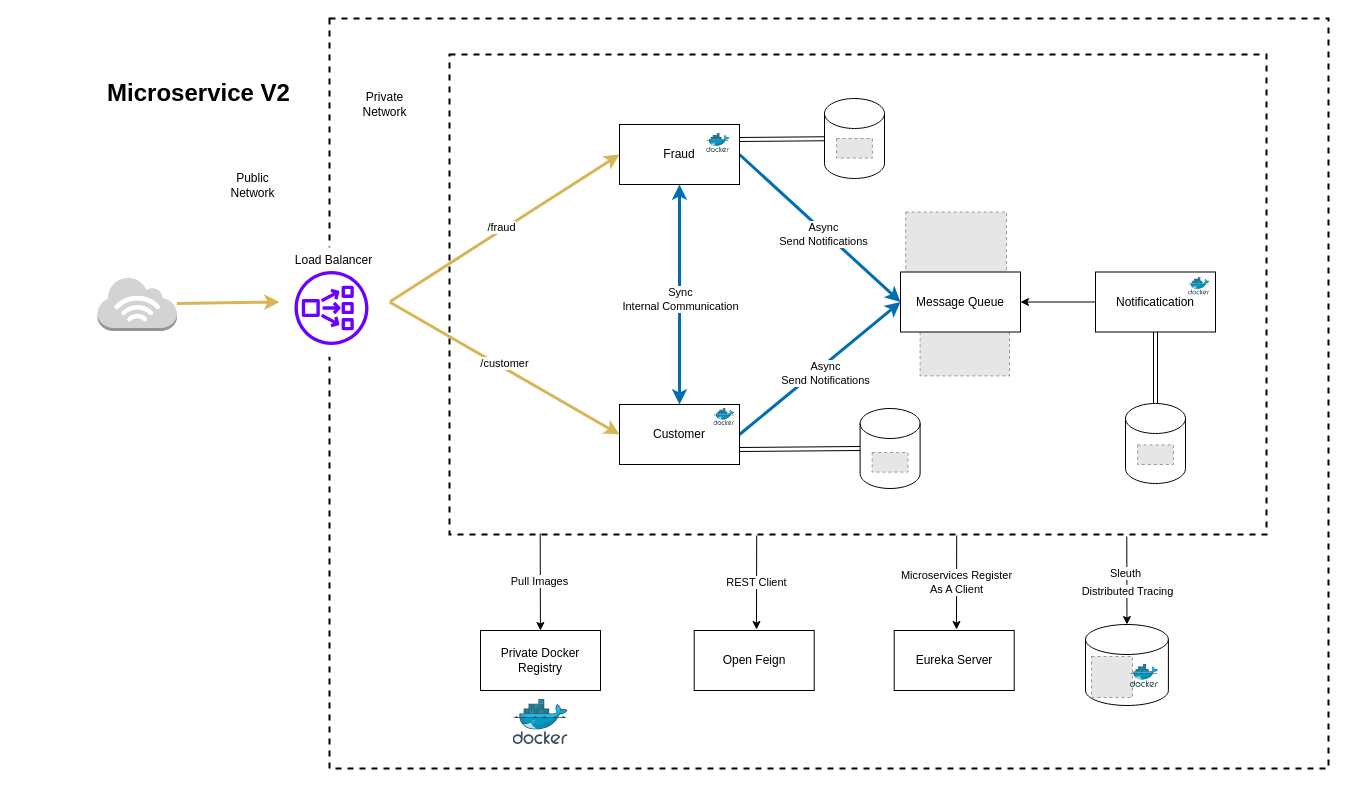
Before: page "Main" (1 of 9) of files/MicroserviceV2.drawio in ricardorqr/microserviceV2, a draw.io diagram. Source tidied: cells renumbered, new cells numbered last; positions are measured from the earlier drawing's top-left corner, leaving out a move shared by most shapes. Both pictures are drawn from the tidied source at 100%, with x=0, y=0 at pixel (97, 18). Pictures stored in the file or linked from it are replaced by grey dashed boxes.
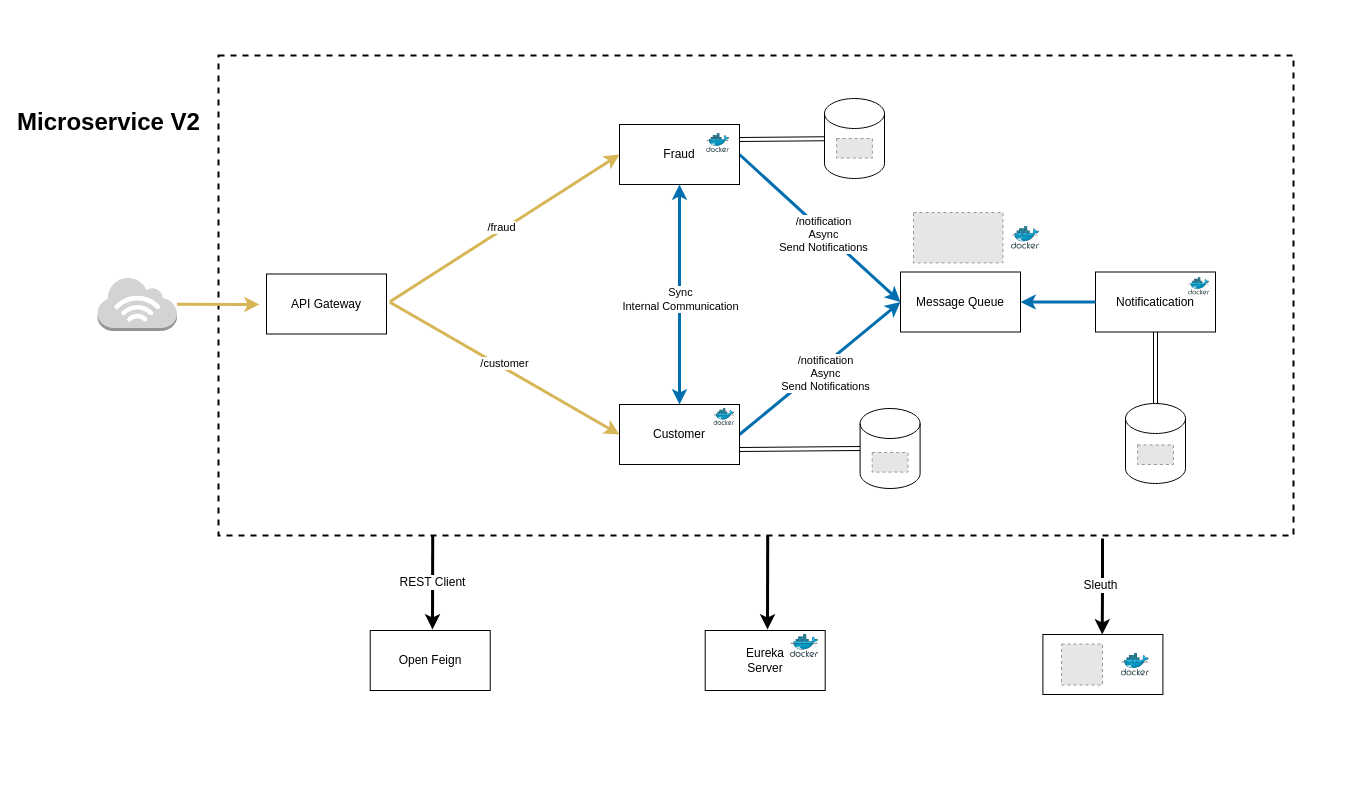
After the change.

The change refers to these unchanged cells:
```xml
<mxCell id="5" style="edgeStyle=none;html=1;exitX=1;exitY=0.5;exitDx=0;exitDy=0;entryX=0;entryY=0.5;entryDx=0;entryDy=0;strokeWidth=3;fillColor=#1ba1e2;strokeColor=#006EAF;" parent="1" edge="1" source="10" target="46">
  <mxGeometry relative="1" as="geometry" />
</mxCell>
<mxCell id="11" style="edgeStyle=none;html=1;exitX=1;exitY=0.5;exitDx=0;exitDy=0;entryX=0;entryY=0.5;entryDx=0;entryDy=0;fillColor=#1ba1e2;strokeColor=#006EAF;strokeWidth=3;" parent="1" edge="1" source="14" target="46">
  <mxGeometry relative="1" as="geometry" />
</mxCell>
<mxCell id="26" style="outlineConnect=0;dashed=0;verticalLabelPosition=bottom;verticalAlign=top;align=center;html=1;shape=mxgraph.aws3.internet_3;fillColor=#D2D3D3;gradientColor=none;strokeColor=#B266FF;strokeWidth=2;" parent="1" vertex="1">
  <mxGeometry y="258.5" width="79.5" height="54" as="geometry" />
</mxCell>
<mxCell id="27" style="ellipse;whiteSpace=wrap;html=1;strokeWidth=0;strokeColor=none;" parent="1" vertex="1">
  <mxGeometry x="182" y="228.5" width="110" height="110" as="geometry" />
</mxCell>
<mxCell id="40" value="Notificatication" style="rounded=0;whiteSpace=wrap;html=1;" parent="1" vertex="1">
  <mxGeometry x="998" y="253.5" width="120" height="60" as="geometry" />
</mxCell>
<mxCell id="46" value="Message Queue" style="rounded=0;whiteSpace=wrap;html=1;" parent="1" vertex="1">
  <mxGeometry x="803" y="253.5" width="120" height="60" as="geometry" />
</mxCell>
```

Diff of the diagram source:
```diff
@@
-    <mxCell id="2" style="rounded=0;whiteSpace=wrap;html=1;fontStyle=1;fillColor=none;strokeWidth=2;dashed=1;" parent="1" vertex="1">
-      <mxGeometry x="232" width="999" height="750" as="geometry" />
-    </mxCell>
+    <mxCell id="57" value="&lt;br&gt;" style="rounded=0;whiteSpace=wrap;html=1;" parent="1" vertex="1">
+      <mxGeometry x="945.4" y="616" width="120" height="60" as="geometry" />
+    </mxCell>
     <mxCell id="3" style="rounded=0;whiteSpace=wrap;html=1;fontStyle=1;fillColor=none;strokeWidth=2;dashed=1;" parent="1" vertex="1">
-      <mxGeometry x="352" y="36" width="817" height="480" as="geometry" />
+      <mxGeometry x="121" y="37" width="1075" height="480" as="geometry" />
     </mxCell>
@@
-    <mxCell id="6" value="Async&lt;br&gt;Send Notifications" style="edgeLabel;html=1;align=center;verticalAlign=middle;" parent="5" vertex="1">
+    <mxCell id="6" value="/notification&lt;br&gt;Async&lt;br&gt;Send Notifications" style="edgeLabel;html=1;align=center;verticalAlign=middle;" parent="5" vertex="1">
       <mxGeometry x="-0.17" y="-2" relative="1" as="geometry">
         <mxPoint x="17" y="-8" as="offset" />
       </mxGeometry>
     </mxCell>
@@
-    <mxCell id="12" value="Async &lt;br&gt;Send Notifications" style="edgeLabel;html=1;align=center;verticalAlign=middle;" parent="11" vertex="1">
+    <mxCell id="12" value="/notification&lt;br&gt;Async &lt;br&gt;Send Notifications" style="edgeLabel;html=1;align=center;verticalAlign=middle;" parent="11" vertex="1">
       <mxGeometry x="0.05" y="-2" relative="1" as="geometry" />
     </mxCell>
@@
-    <mxCell id="22" style="edgeStyle=none;html=1;exitX=0.5;exitY=0;exitDx=0;exitDy=0;entryX=0.829;entryY=1.004;entryDx=0;entryDy=0;entryPerimeter=0;startArrow=classic;startFill=1;strokeWidth=1;endArrow=none;endFill=0;exitPerimeter=0;" parent="1" edge="1" source="43" target="3">
-      <mxGeometry relative="1" as="geometry" />
+    <mxCell id="22" style="edgeStyle=none;html=1;exitX=0.5;exitY=0;exitDx=0;exitDy=0;startArrow=classic;startFill=1;strokeWidth=3;endArrow=none;endFill=0;" parent="1" edge="1">
+      <mxGeometry relative="1" as="geometry">
+        <mxPoint x="1004.7" y="616" as="sourcePoint" />
+        <mxPoint x="1005" y="520" as="targetPoint" />
+        <Array as="points">
+          <mxPoint x="1005" y="574" />
+        </Array>
+      </mxGeometry>
     </mxCell>
-    <mxCell id="23" value="Distributed Tracing" style="edgeLabel;html=1;align=center;verticalAlign=middle;" parent="22" vertex="1">
+    <mxCell id="23" value="&lt;br&gt;&lt;br&gt;&lt;br&gt;&lt;br&gt;&lt;br&gt;" style="edgeLabel;html=1;align=center;verticalAlign=middle;" parent="22" vertex="1">
       <mxGeometry x="0.02" relative="1" as="geometry">
         <mxPoint y="11" as="offset" />
       </mxGeometry>
     </mxCell>
-    <mxCell id="24" value="Sleuth" style="edgeLabel;html=1;align=center;verticalAlign=middle;fontSize=11;" parent="22" vertex="1">
+    <mxCell id="24" value="Sleuth" style="edgeLabel;html=1;align=center;verticalAlign=middle;fontSize=12;" parent="22" vertex="1">
       <mxGeometry x="-0.37" y="2" relative="1" as="geometry">
-        <mxPoint y="-24" as="offset" />
+        <mxPoint y="-19" as="offset" />
       </mxGeometry>
     </mxCell>
-    <mxCell id="25" style="edgeStyle=none;html=1;entryX=0;entryY=0.5;entryDx=0;entryDy=0;startArrow=none;startFill=0;endArrow=classic;endFill=1;strokeWidth=3;fillColor=#fff2cc;strokeColor=#d6b656;" parent="1" edge="1" source="26" target="27">
-      <mxGeometry relative="1" as="geometry" />
+    <mxCell id="25" style="edgeStyle=none;html=1;startArrow=none;startFill=0;endArrow=classic;endFill=1;strokeWidth=3;fillColor=#fff2cc;strokeColor=#d6b656;" parent="1" edge="1" source="26">
+      <mxGeometry relative="1" as="geometry">
+        <mxPoint x="162" y="286" as="targetPoint" />
+      </mxGeometry>
     </mxCell>
@@
-    <mxCell id="28" style="dashed=0;verticalLabelPosition=bottom;verticalAlign=top;align=center;html=1;fontSize=12;fontStyle=0;shape=mxgraph.aws4.network_load_balancer;fillColor=#6a00ff;strokeColor=#3700CC;fontColor=#ffffff;" parent="1" vertex="1">
-      <mxGeometry x="197" y="252.5" width="74" height="74" as="geometry" />
-    </mxCell>
-    <mxCell id="29" value="Public &lt;br&gt;Network" style="text;html=1;align=center;verticalAlign=middle;strokeColor=none;" parent="1" vertex="1">
-      <mxGeometry x="128" y="151" width="54" height="32" as="geometry" />
-    </mxCell>
-    <mxCell id="30" value="Private&lt;br&gt;Network" style="text;html=1;align=center;verticalAlign=middle;strokeColor=none;" parent="1" vertex="1">
-      <mxGeometry x="260" y="70" width="54" height="32" as="geometry" />
-    </mxCell>
@@
-    <mxCell id="33" style="edgeStyle=none;html=1;entryX=0.111;entryY=0.998;entryDx=0;entryDy=0;entryPerimeter=0;startArrow=classic;startFill=1;endArrow=none;endFill=0;strokeWidth=1;" parent="1" edge="1" source="35" target="3">
-      <mxGeometry relative="1" as="geometry" />
-    </mxCell>
-    <mxCell id="34" value="Pull Images" style="edgeLabel;html=1;align=center;verticalAlign=middle;" parent="33" vertex="1">
-      <mxGeometry x="0.21" relative="1" as="geometry">
-        <mxPoint x="-1" y="9" as="offset" />
-      </mxGeometry>
-    </mxCell>
-    <mxCell id="35" value="Private Docker Registry" style="rounded=0;whiteSpace=wrap;html=1;" parent="1" vertex="1">
-      <mxGeometry x="383" y="612" width="120" height="60" as="geometry" />
-    </mxCell>
-    <mxCell id="36" style="html=1;align=center;image;fontSize=12;image=img/lib/mscae/Docker.svg;strokeColor=#000000;strokeWidth=0;fillColor=none;" parent="1" vertex="1">
-      <mxGeometry x="415.6" y="681" width="54.9" height="45" as="geometry" />
-    </mxCell>
     <mxCell id="37" value="Open Feign" style="rounded=0;whiteSpace=wrap;html=1;" parent="1" vertex="1">
-      <mxGeometry x="596.7" y="612" width="120" height="60" as="geometry" />
+      <mxGeometry x="272.7" y="612" width="120" height="60" as="geometry" />
     </mxCell>
-    <mxCell id="38" style="edgeStyle=none;html=1;startArrow=classic;startFill=1;endArrow=none;endFill=0;strokeWidth=1;entryX=0.332;entryY=1.002;entryDx=0;entryDy=0;entryPerimeter=0;" parent="1" edge="1">
+    <mxCell id="38" style="edgeStyle=none;html=1;startArrow=classic;startFill=1;endArrow=none;endFill=0;strokeWidth=3;entryX=0.332;entryY=1.002;entryDx=0;entryDy=0;entryPerimeter=0;" parent="1" edge="1">
       <mxGeometry relative="1" as="geometry">
-        <mxPoint x="659" y="611" as="sourcePoint" />
-        <mxPoint x="659.2" y="517" as="targetPoint" />
+        <mxPoint x="335" y="611" as="sourcePoint" />
+        <mxPoint x="335.2" y="517" as="targetPoint" />
       </mxGeometry>
     </mxCell>
-    <mxCell id="39" value="REST Client" style="edgeLabel;html=1;align=center;verticalAlign=middle;" parent="38" vertex="1">
+    <mxCell id="39" value="&lt;font style=&quot;font-size: 12px&quot;&gt;REST Client&lt;/font&gt;" style="edgeLabel;html=1;align=center;verticalAlign=middle;" parent="38" vertex="1">
       <mxGeometry x="0.21" relative="1" as="geometry">
         <mxPoint x="-1" y="9" as="offset" />
       </mxGeometry>
     </mxCell>
@@
-    <mxCell id="42" style="edgeStyle=none;html=1;exitX=1;exitY=0.5;exitDx=0;exitDy=0;entryX=0;entryY=0.5;entryDx=0;entryDy=0;startArrow=classic;startFill=1;endArrow=none;endFill=0;strokeWidth=1;" parent="1" edge="1" source="46" target="40">
+    <mxCell id="42" style="edgeStyle=none;html=1;exitX=1;exitY=0.5;exitDx=0;exitDy=0;entryX=0;entryY=0.5;entryDx=0;entryDy=0;startArrow=classic;startFill=1;endArrow=none;endFill=0;strokeWidth=3;strokeColor=#006EAF;" parent="1" edge="1" source="46" target="40">
       <mxGeometry x="0.04" relative="1" as="geometry" />
     </mxCell>
-    <mxCell id="43" style="shape=cylinder3;whiteSpace=wrap;html=1;boundedLbl=1;backgroundOutline=1;size=15;" parent="1" vertex="1">
-      <mxGeometry x="988" y="606" width="82.9" height="81" as="geometry" />
-    </mxCell>
-    <mxCell id="44" style="fillColor=#E6E6E6;strokeColor=#999999;dashed=1;verticalLabelPosition=bottom;labelBackgroundColor=#ffffff;verticalAlign=top;" parent="1" vertex="1">
-      <mxGeometry x="808.2" y="193.5" width="100.8" height="65.5" as="geometry" />
-    </mxCell>
     <mxCell id="45" style="fillColor=#E6E6E6;strokeColor=#999999;dashed=1;verticalLabelPosition=bottom;labelBackgroundColor=#ffffff;verticalAlign=top;" parent="1" vertex="1">
-      <mxGeometry x="822.6" y="307" width="89.4" height="50.4" as="geometry" />
+      <mxGeometry x="816" y="194" width="89.4" height="50.4" as="geometry" />
     </mxCell>
@@
-    <mxCell id="47" value="Load Balancer" style="text;html=1;align=center;verticalAlign=middle;strokeColor=none;" parent="1" vertex="1">
-      <mxGeometry x="192.5" y="232.5" width="87" height="18" as="geometry" />
-    </mxCell>
     <mxCell id="48" style="fillColor=#E6E6E6;strokeColor=#999999;dashed=1;verticalLabelPosition=bottom;labelBackgroundColor=#ffffff;verticalAlign=top;" parent="1" vertex="1">
-      <mxGeometry x="994" y="638" width="41" height="41" as="geometry" />
+      <mxGeometry x="964" y="625.5" width="41" height="41" as="geometry" />
     </mxCell>
     <mxCell id="49" style="html=1;align=center;image;fontSize=12;image=img/lib/mscae/Docker.svg;strokeColor=#000000;strokeWidth=0;fillColor=none;" parent="1" vertex="1">
-      <mxGeometry x="1032.9" y="646" width="28.1" height="23" as="geometry" />
+      <mxGeometry x="1023.8" y="634.5" width="28.1" height="23" as="geometry" />
     </mxCell>
@@
     <mxCell id="53" value="Microservice V2" style="text;strokeColor=none;fillColor=none;html=1;fontSize=24;fontStyle=1;verticalAlign=middle;align=center;" parent="1" vertex="1">
-      <mxGeometry x="51" y="55" width="100" height="40" as="geometry" />
+      <mxGeometry x="-39" y="84" width="100" height="40" as="geometry" />
     </mxCell>
-    <mxCell id="54" value="Eureka Server" style="rounded=0;whiteSpace=wrap;html=1;" parent="1" vertex="1">
-      <mxGeometry x="796.7" y="612" width="120" height="60" as="geometry" />
+    <mxCell id="54" value="Eureka&lt;br&gt;Server" style="rounded=0;whiteSpace=wrap;html=1;" parent="1" vertex="1">
+      <mxGeometry x="607.7" y="612" width="120" height="60" as="geometry" />
     </mxCell>
-    <mxCell id="55" style="edgeStyle=none;html=1;startArrow=classic;startFill=1;endArrow=none;endFill=0;strokeWidth=1;entryX=0.332;entryY=1.002;entryDx=0;entryDy=0;entryPerimeter=0;" parent="1" edge="1">
+    <mxCell id="55" style="edgeStyle=none;html=1;startArrow=classic;startFill=1;endArrow=none;endFill=0;strokeWidth=3;entryX=0.332;entryY=1.002;entryDx=0;entryDy=0;entryPerimeter=0;" parent="1" edge="1">
       <mxGeometry relative="1" as="geometry">
-        <mxPoint x="859" y="611" as="sourcePoint" />
-        <mxPoint x="859.2" y="517" as="targetPoint" />
+        <mxPoint x="670" y="611" as="sourcePoint" />
+        <mxPoint x="670.2" y="517" as="targetPoint" />
       </mxGeometry>
     </mxCell>
-    <mxCell id="56" value="Microservices Register &lt;br&gt;As A Client" style="edgeLabel;html=1;align=center;verticalAlign=middle;" parent="55" vertex="1">
-      <mxGeometry x="0.21" relative="1" as="geometry">
-        <mxPoint x="-1" y="9" as="offset" />
-      </mxGeometry>
-    </mxCell>
+    <mxCell id="58" value="API Gateway" style="rounded=0;whiteSpace=wrap;html=1;" parent="1" vertex="1">
+      <mxGeometry x="169" y="255.5" width="120" height="60" as="geometry" />
+    </mxCell>
+    <mxCell id="59" style="html=1;align=center;image;fontSize=12;image=img/lib/mscae/Docker.svg;strokeColor=#000000;strokeWidth=0;fillColor=none;" parent="1" vertex="1">
+      <mxGeometry x="914" y="207.7" width="28.1" height="23" as="geometry" />
+    </mxCell>
+    <mxCell id="60" style="html=1;align=center;image;fontSize=12;image=img/lib/mscae/Docker.svg;strokeColor=#000000;strokeWidth=0;fillColor=none;" parent="1" vertex="1">
+      <mxGeometry x="693" y="616" width="28.1" height="23" as="geometry" />
+    </mxCell>
```
